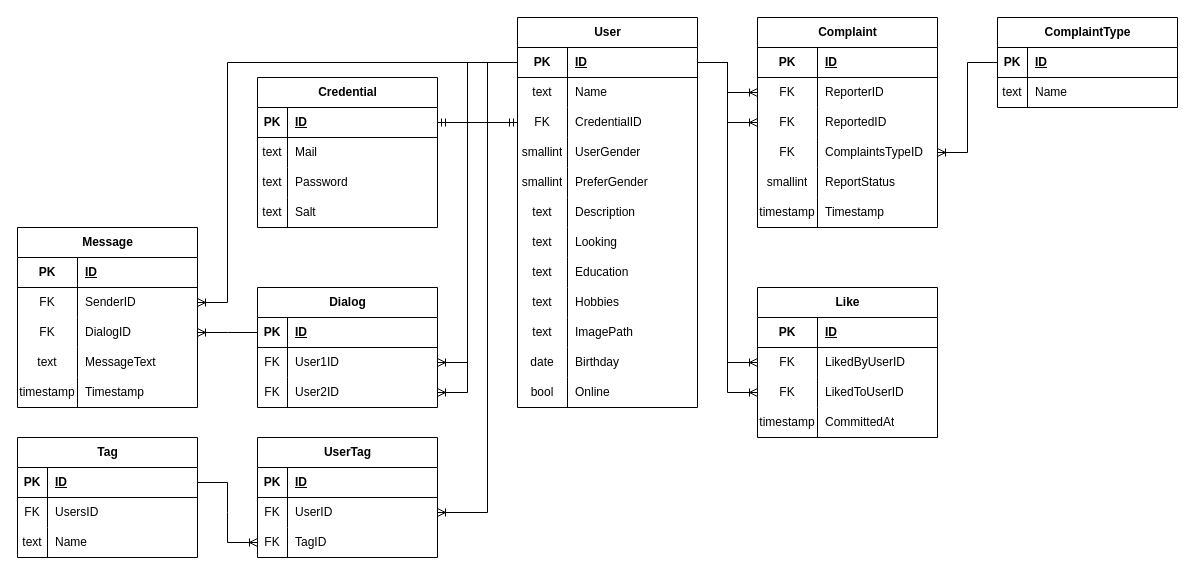
Above: page "Схема БД" (1 of 2) of db/normalized/Umlaut.drawio in go-park-mail-ru/2023_2_Umlaut (draw.io), before the change. Source tidied: cells renumbered, new cells numbered last; positions are measured from the earlier drawing's top-left corner, leaving out a move shared by most shapes. Both pictures are drawn from the tidied source at 100%, with x=0, y=0 at pixel (17, 17).
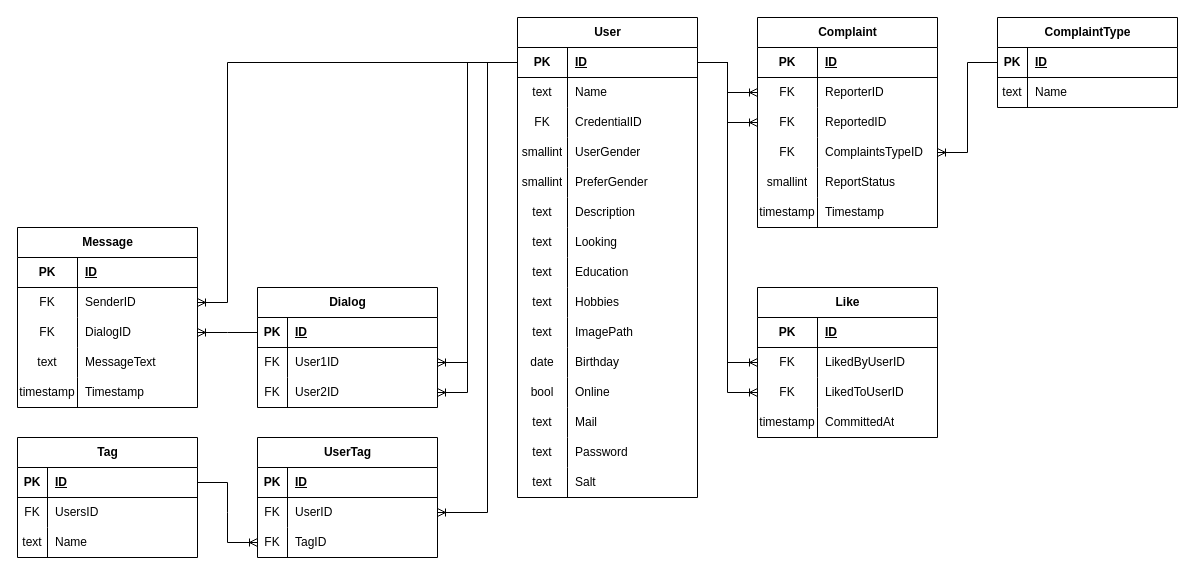
The same diagram, later.

Unchanged cells that the change refers to:
```xml
<mxCell id="9" style="shape=tableRow;horizontal=0;startSize=0;swimlaneHead=0;swimlaneBody=0;fillColor=none;points=[[0,0.5],[1,0.5]];portConstraint=eastwest;top=0;left=0;right=0;bottom=0;" parent="2" vertex="1">
  <mxGeometry y="90" width="180" height="30" as="geometry" />
</mxCell>
```

Change to the diagram source:
```diff
@@
     <mxCell id="2" value="User" style="shape=table;startSize=30;childLayout=tableLayout;rowLines=0;fontStyle=1;align=center;html=1;" parent="1" vertex="1">
-      <mxGeometry x="500" width="180" height="390" as="geometry" />
+      <mxGeometry x="500" width="180" height="480" as="geometry" />
     </mxCell>
@@
+    <mxCell id="149" style="shape=tableRow;horizontal=0;startSize=0;swimlaneHead=0;swimlaneBody=0;fillColor=none;top=0;left=0;right=0;bottom=0;" parent="2" vertex="1">
+      <mxGeometry y="390" width="180" height="30" as="geometry" />
+    </mxCell>
+    <mxCell id="150" value="text" style="shape=partialRectangle;fillColor=none;top=0;left=0;bottom=0;right=0;overflow=hidden;whiteSpace=wrap;html=1;" parent="149" vertex="1">
+      <mxGeometry width="50" height="30" as="geometry" />
+    </mxCell>
+    <mxCell id="60" value="Mail" style="shape=partialRectangle;fillColor=none;top=0;left=0;bottom=0;right=0;align=left;spacingLeft=6;overflow=hidden;whiteSpace=wrap;html=1;" parent="149" vertex="1">
+      <mxGeometry x="50" width="130" height="30" as="geometry" />
+    </mxCell>
+    <mxCell id="151" style="shape=tableRow;horizontal=0;startSize=0;swimlaneHead=0;swimlaneBody=0;fillColor=none;top=0;left=0;right=0;bottom=0;" parent="2" vertex="1">
+      <mxGeometry y="420" width="180" height="30" as="geometry" />
+    </mxCell>
+    <mxCell id="152" value="text" style="shape=partialRectangle;fillColor=none;top=0;left=0;bottom=0;right=0;overflow=hidden;whiteSpace=wrap;html=1;" parent="151" vertex="1">
+      <mxGeometry width="50" height="30" as="geometry" />
+    </mxCell>
+    <mxCell id="63" value="Password" style="shape=partialRectangle;fillColor=none;top=0;left=0;bottom=0;right=0;align=left;spacingLeft=6;overflow=hidden;whiteSpace=wrap;html=1;" parent="151" vertex="1">
+      <mxGeometry x="50" width="130" height="30" as="geometry" />
+    </mxCell>
+    <mxCell id="153" style="shape=tableRow;horizontal=0;startSize=0;swimlaneHead=0;swimlaneBody=0;fillColor=none;top=0;left=0;right=0;bottom=0;" parent="2" vertex="1">
+      <mxGeometry y="450" width="180" height="30" as="geometry" />
+    </mxCell>
+    <mxCell id="154" value="text" style="shape=partialRectangle;fillColor=none;top=0;left=0;bottom=0;right=0;overflow=hidden;whiteSpace=wrap;html=1;" parent="153" vertex="1">
+      <mxGeometry width="50" height="30" as="geometry" />
+    </mxCell>
+    <mxCell id="66" value="Salt" style="shape=partialRectangle;fillColor=none;top=0;left=0;bottom=0;right=0;align=left;spacingLeft=6;overflow=hidden;whiteSpace=wrap;html=1;" parent="153" vertex="1">
+      <mxGeometry x="50" width="130" height="30" as="geometry" />
+    </mxCell>
@@
-    <mxCell id="54" value="Credential" style="shape=table;startSize=30;childLayout=tableLayout;rowLines=0;fontStyle=1;align=center;html=1;" parent="1" vertex="1">
-      <mxGeometry x="240" y="60" width="180" height="150" as="geometry" />
-    </mxCell>
-    <mxCell id="55" style="shape=tableRow;horizontal=0;startSize=0;swimlaneHead=0;swimlaneBody=0;fillColor=none;points=[[0,0.5],[1,0.5]];portConstraint=eastwest;top=0;left=0;right=0;bottom=1;" parent="54" vertex="1">
-      <mxGeometry y="30" width="180" height="30" as="geometry" />
-    </mxCell>
-    <mxCell id="56" value="PK" style="shape=partialRectangle;fillColor=none;top=0;left=0;bottom=0;right=0;fontStyle=1;overflow=hidden;whiteSpace=wrap;html=1;" parent="55" vertex="1">
-      <mxGeometry width="30" height="30" as="geometry" />
-    </mxCell>
-    <mxCell id="57" value="ID" style="shape=partialRectangle;fillColor=none;top=0;left=0;bottom=0;right=0;align=left;spacingLeft=6;fontStyle=5;overflow=hidden;whiteSpace=wrap;html=1;" parent="55" vertex="1">
-      <mxGeometry x="30" width="150" height="30" as="geometry" />
-    </mxCell>
-    <mxCell id="58" style="shape=tableRow;horizontal=0;startSize=0;swimlaneHead=0;swimlaneBody=0;fillColor=none;top=0;left=0;right=0;bottom=0;" parent="54" vertex="1">
-      <mxGeometry y="60" width="180" height="30" as="geometry" />
-    </mxCell>
-    <mxCell id="59" value="text" style="shape=partialRectangle;fillColor=none;top=0;left=0;bottom=0;right=0;overflow=hidden;whiteSpace=wrap;html=1;" parent="58" vertex="1">
-      <mxGeometry width="30" height="30" as="geometry" />
-    </mxCell>
-    <mxCell id="60" value="Mail" style="shape=partialRectangle;fillColor=none;top=0;left=0;bottom=0;right=0;align=left;spacingLeft=6;overflow=hidden;whiteSpace=wrap;html=1;" parent="58" vertex="1">
-      <mxGeometry x="30" width="150" height="30" as="geometry" />
-    </mxCell>
-    <mxCell id="61" style="shape=tableRow;horizontal=0;startSize=0;swimlaneHead=0;swimlaneBody=0;fillColor=none;top=0;left=0;right=0;bottom=0;" parent="54" vertex="1">
-      <mxGeometry y="90" width="180" height="30" as="geometry" />
-    </mxCell>
-    <mxCell id="62" value="text" style="shape=partialRectangle;fillColor=none;top=0;left=0;bottom=0;right=0;overflow=hidden;whiteSpace=wrap;html=1;" parent="61" vertex="1">
-      <mxGeometry width="30" height="30" as="geometry" />
-    </mxCell>
-    <mxCell id="63" value="Password" style="shape=partialRectangle;fillColor=none;top=0;left=0;bottom=0;right=0;align=left;spacingLeft=6;overflow=hidden;whiteSpace=wrap;html=1;" parent="61" vertex="1">
-      <mxGeometry x="30" width="150" height="30" as="geometry" />
-    </mxCell>
-    <mxCell id="64" style="shape=tableRow;horizontal=0;startSize=0;swimlaneHead=0;swimlaneBody=0;fillColor=none;top=0;left=0;right=0;bottom=0;" parent="54" vertex="1">
-      <mxGeometry y="120" width="180" height="30" as="geometry" />
-    </mxCell>
-    <mxCell id="65" value="text" style="shape=partialRectangle;fillColor=none;top=0;left=0;bottom=0;right=0;overflow=hidden;whiteSpace=wrap;html=1;" parent="64" vertex="1">
-      <mxGeometry width="30" height="30" as="geometry" />
-    </mxCell>
-    <mxCell id="66" value="Salt" style="shape=partialRectangle;fillColor=none;top=0;left=0;bottom=0;right=0;align=left;spacingLeft=6;overflow=hidden;whiteSpace=wrap;html=1;" parent="64" vertex="1">
-      <mxGeometry x="30" width="150" height="30" as="geometry" />
-    </mxCell>
-    <mxCell id="67" style="edgeStyle=entityRelationEdgeStyle;fontSize=12;html=1;endArrow=ERmandOne;startArrow=ERmandOne;rounded=0;entryX=0;entryY=0.5;entryDx=0;entryDy=0;" parent="1" edge="1" source="55" target="9">
-      <mxGeometry relative="1" as="geometry" />
-    </mxCell>
```
